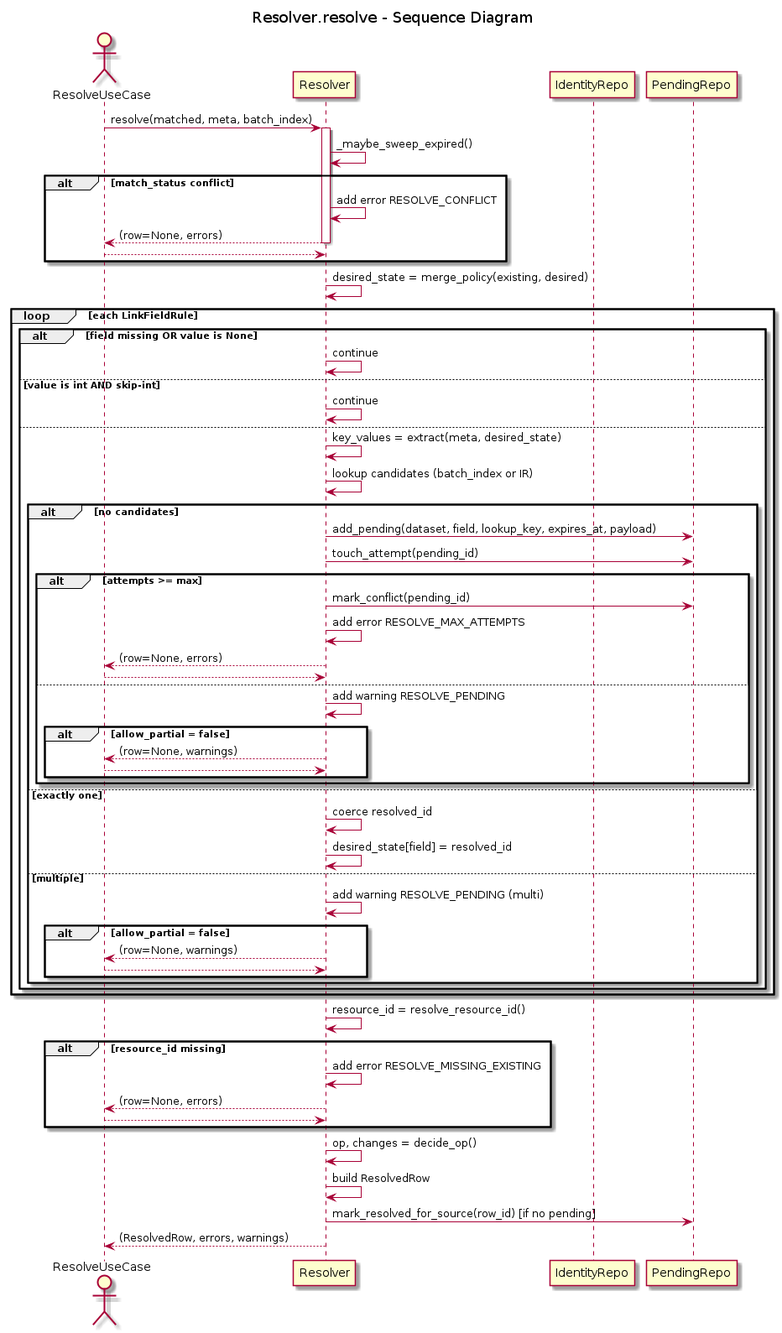
Earlier version of the PlantUML export docs/uml/transform/resolver/resolver_sequence.png (xORex-LC/nexus-etl). Its source is kept beside it as docs/uml/transform/resolver/resolver_sequence.puml.
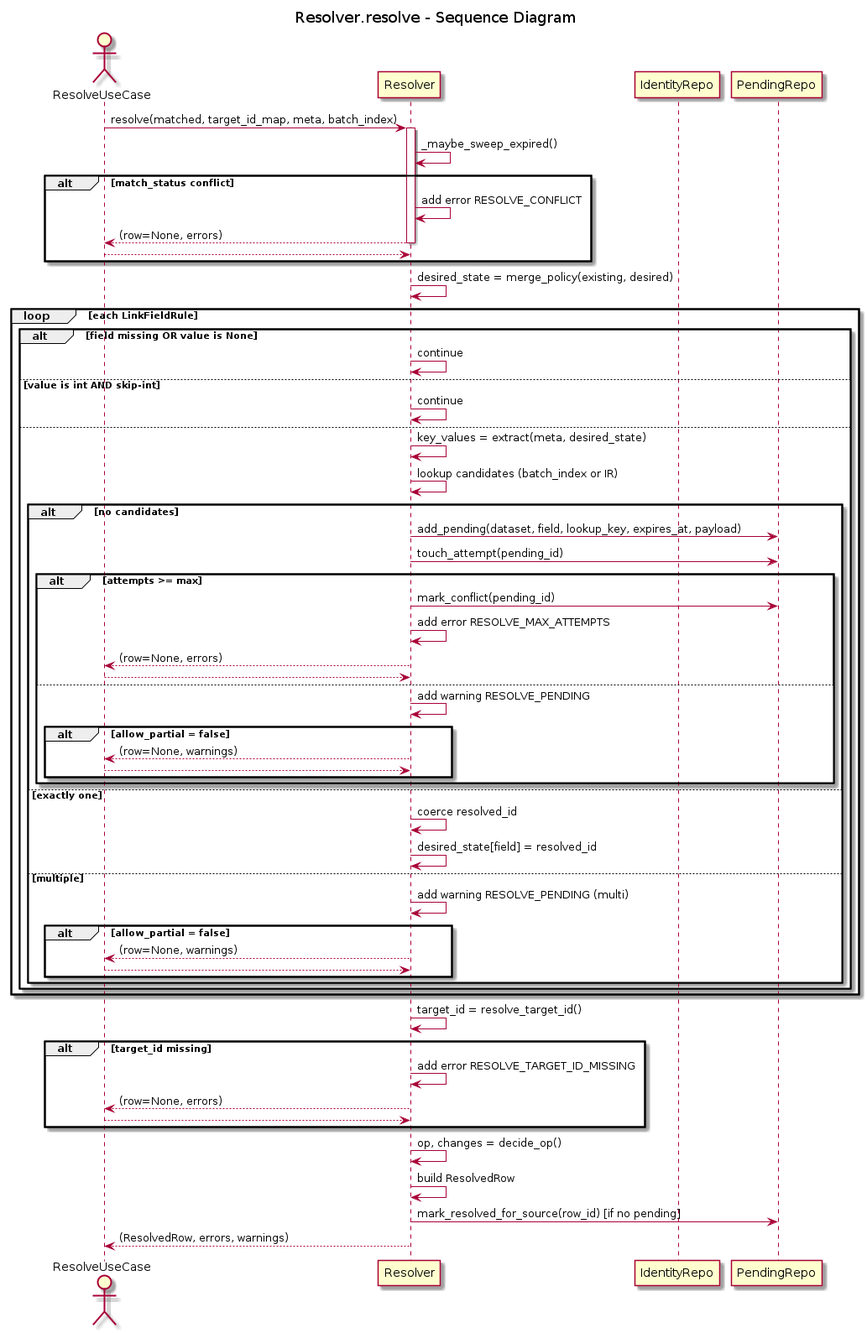
After the change.

Change to the diagram source:
```diff
@@ -6,7 +6,7 @@
 participant "IdentityRepo" as IR
 participant "PendingRepo" as PR
 
-RU -> R: resolve(matched, meta, batch_index)
+RU -> R: resolve(matched, target_id_map, meta, batch_index)
 activate R
 R -> R: _maybe_sweep_expired()
 
@@ -58,9 +58,9 @@
   end
 end
 
-R -> R: resource_id = resolve_resource_id()
-alt resource_id missing
-  R -> R: add error RESOLVE_MISSING_EXISTING
+R -> R: target_id = resolve_target_id()
+alt target_id missing
+  R -> R: add error RESOLVE_TARGET_ID_MISSING
   R --> RU: (row=None, errors)
   deactivate R
   return
```
